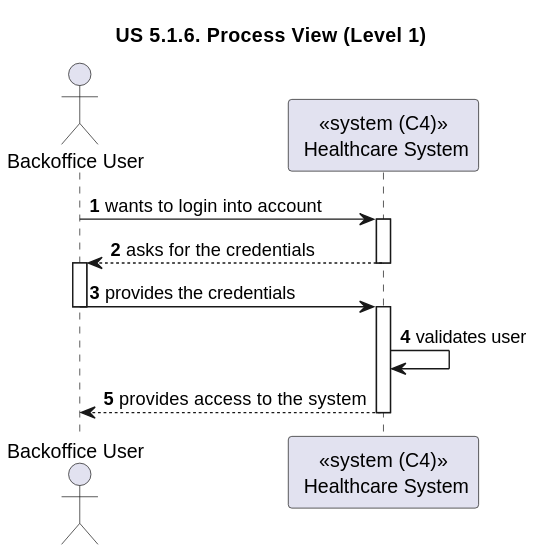
Above: docs/sprint-1/us-5.1.6/Process_View/Level-1/us6-process-view-lvl1.svg in rita-barbosa/LAPR5-2425 (PlantUML), before the change.
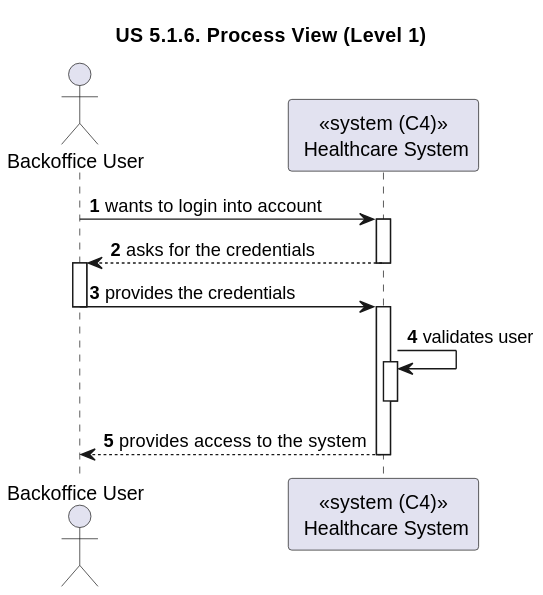
After the commit.

Diff of the diagram source:
```diff
@@ -19,6 +19,8 @@
 activate SYS
 
 SYS -> SYS : validates user
+activate SYS
+deactivate SYS
 
 SYS --> BACK : provides access to the system
 deactivate SYS
```
